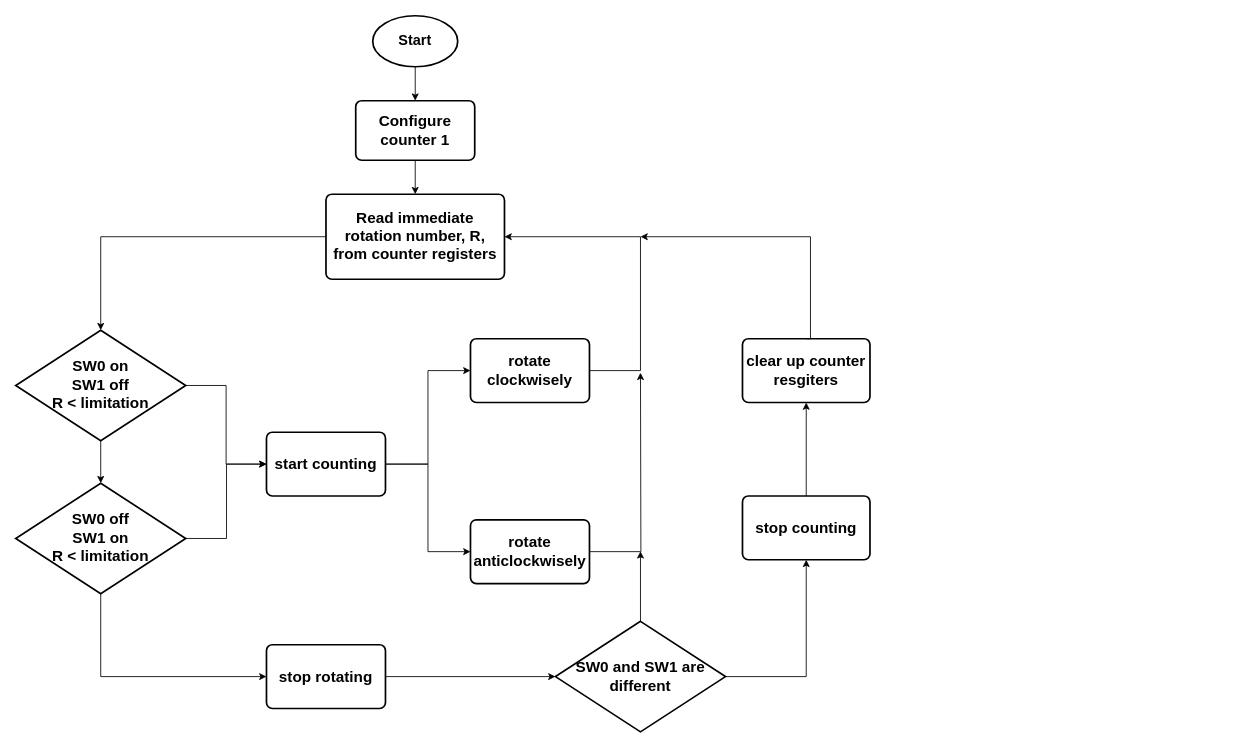
Above: page "task3" (3 of 3) of MEC302_flowcharts.drawio in 1102131860/MEC302 (draw.io), before the change. Source tidied: cells renumbered, new cells numbered last; positions are measured from the earlier drawing's top-left corner, leaving out a move shared by most shapes. Both pictures are drawn from the tidied source at 85%, with x=0, y=0 at pixel (15, 15).
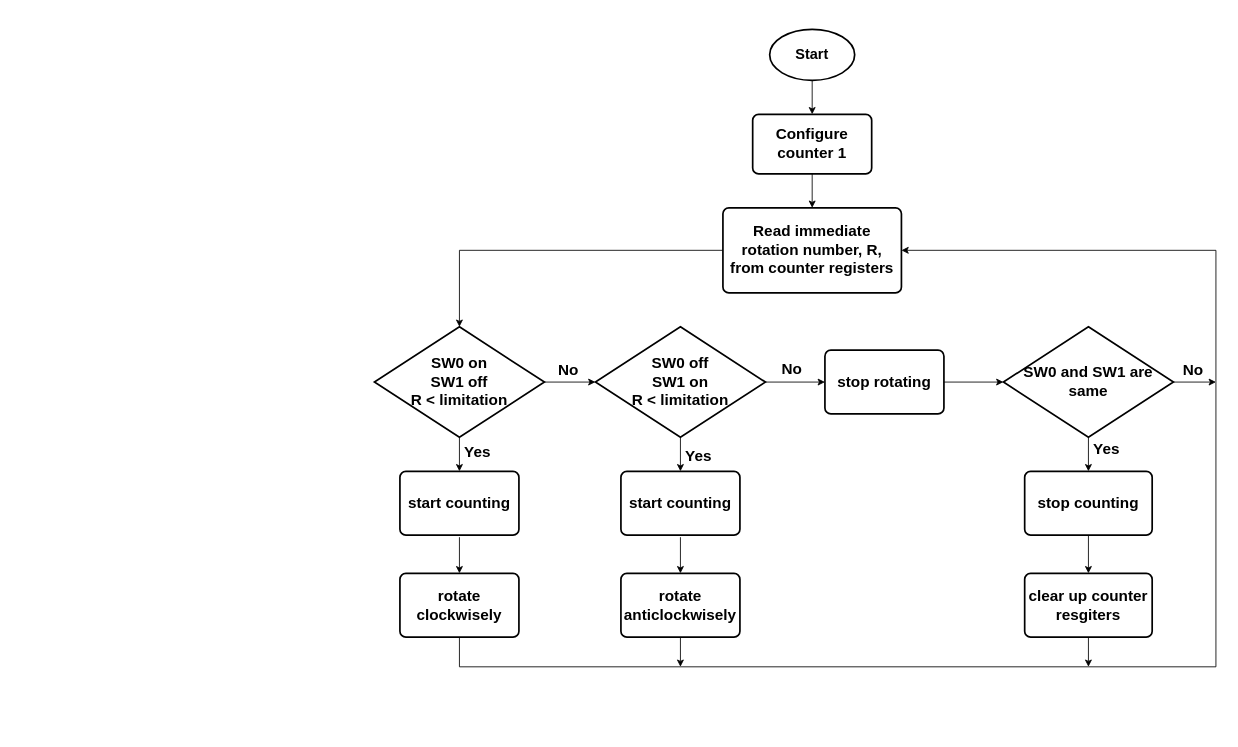
After the change.

What changed in the source:
```diff
@@
     <mxCell id="2" value="&lt;b&gt;&lt;font style=&quot;font-size: 18px;&quot;&gt;Read immediate rotation number, R, from counter registers&lt;/font&gt;&lt;/b&gt;" style="rounded=1;whiteSpace=wrap;html=1;absoluteArcSize=1;arcSize=14;strokeWidth=2;" parent="1" vertex="1">
-      <mxGeometry x="365" y="210" width="210" height="100" as="geometry" />
+      <mxGeometry x="832" y="226" width="210" height="100" as="geometry" />
     </mxCell>
     <mxCell id="3" value="&lt;div&gt;&lt;b&gt;&lt;font style=&quot;font-size: 18px;&quot;&gt;SW0 on&lt;/font&gt;&lt;/b&gt;&lt;b&gt;&lt;font style=&quot;font-size: 18px;&quot;&gt;&lt;br&gt;&lt;/font&gt;&lt;/b&gt;&lt;/div&gt;&lt;b&gt;&lt;font style=&quot;font-size: 18px;&quot;&gt;SW1 off&lt;/font&gt;&lt;/b&gt;&lt;div&gt;&lt;b&gt;&lt;font style=&quot;font-size: 18px;&quot;&gt;R &amp;lt; limitation&lt;/font&gt;&lt;/b&gt;&lt;/div&gt;" style="strokeWidth=2;html=1;shape=mxgraph.flowchart.decision;whiteSpace=wrap;" parent="1" vertex="1">
-      <mxGeometry y="370" width="200" height="130" as="geometry" />
+      <mxGeometry x="422" y="366" width="200" height="130" as="geometry" />
     </mxCell>
     <mxCell id="4" value="&lt;b&gt;&lt;font style=&quot;font-size: 18px;&quot;&gt;start counting&lt;/font&gt;&lt;/b&gt;" style="rounded=1;whiteSpace=wrap;html=1;absoluteArcSize=1;arcSize=14;strokeWidth=2;" parent="1" vertex="1">
-      <mxGeometry x="295" y="490" width="140" height="75" as="geometry" />
+      <mxGeometry x="712" y="536" width="140" height="75" as="geometry" />
     </mxCell>
     <mxCell id="5" value="&lt;b&gt;&lt;font style=&quot;font-size: 18px;&quot;&gt;SW0 off&lt;/font&gt;&lt;/b&gt;&lt;div&gt;&lt;b&gt;&lt;font style=&quot;font-size: 18px;&quot;&gt;SW1 on&lt;/font&gt;&lt;/b&gt;&lt;/div&gt;&lt;div&gt;&lt;b&gt;&lt;font style=&quot;font-size: 18px;&quot;&gt;R &amp;lt; limitation&lt;/font&gt;&lt;/b&gt;&lt;/div&gt;" style="strokeWidth=2;html=1;shape=mxgraph.flowchart.decision;whiteSpace=wrap;" parent="1" vertex="1">
-      <mxGeometry y="550" width="200" height="130" as="geometry" />
+      <mxGeometry x="682" y="366" width="200" height="130" as="geometry" />
     </mxCell>
     <mxCell id="6" value="&lt;b&gt;&lt;font style=&quot;font-size: 18px;&quot;&gt;rotate clockwisely&lt;/font&gt;&lt;/b&gt;" style="rounded=1;whiteSpace=wrap;html=1;absoluteArcSize=1;arcSize=14;strokeWidth=2;" parent="1" vertex="1">
-      <mxGeometry x="535" y="380" width="140" height="75" as="geometry" />
+      <mxGeometry x="452" y="656" width="140" height="75" as="geometry" />
     </mxCell>
     <mxCell id="7" value="&lt;b&gt;&lt;font style=&quot;font-size: 18px;&quot;&gt;rotate anticlockwisely&lt;/font&gt;&lt;/b&gt;" style="rounded=1;whiteSpace=wrap;html=1;absoluteArcSize=1;arcSize=14;strokeWidth=2;" parent="1" vertex="1">
-      <mxGeometry x="535" y="593" width="140" height="75" as="geometry" />
+      <mxGeometry x="712" y="656" width="140" height="75" as="geometry" />
     </mxCell>
     <mxCell id="8" value="&lt;span style=&quot;font-size: 18px;&quot;&gt;&lt;b&gt;stop rotating&lt;/b&gt;&lt;/span&gt;" style="rounded=1;whiteSpace=wrap;html=1;absoluteArcSize=1;arcSize=14;strokeWidth=2;" parent="1" vertex="1">
-      <mxGeometry x="295" y="740" width="140" height="75" as="geometry" />
+      <mxGeometry x="952" y="393.5" width="140" height="75" as="geometry" />
     </mxCell>
     <mxCell id="9" value="&lt;b style=&quot;font-size: 18px;&quot;&gt;stop counting&lt;/b&gt;" style="rounded=1;whiteSpace=wrap;html=1;absoluteArcSize=1;arcSize=14;strokeWidth=2;" parent="1" vertex="1">
-      <mxGeometry x="855" y="565" width="150" height="75" as="geometry" />
+      <mxGeometry x="1187" y="536" width="150" height="75" as="geometry" />
     </mxCell>
     <mxCell id="10" value="&lt;b style=&quot;font-size: 18px;&quot;&gt;clear up counter resgiters&lt;/b&gt;" style="rounded=1;whiteSpace=wrap;html=1;absoluteArcSize=1;arcSize=14;strokeWidth=2;" parent="1" vertex="1">
-      <mxGeometry x="855" y="380" width="150" height="75" as="geometry" />
+      <mxGeometry x="1187" y="656" width="150" height="75" as="geometry" />
     </mxCell>
-    <mxCell id="11" value="&lt;b&gt;&lt;font style=&quot;font-size: 18px;&quot;&gt;SW0 and&amp;nbsp;&lt;/font&gt;&lt;/b&gt;&lt;b style=&quot;background-color: initial;&quot;&gt;&lt;font style=&quot;font-size: 18px;&quot;&gt;SW1 are different&lt;/font&gt;&lt;/b&gt;" style="strokeWidth=2;html=1;shape=mxgraph.flowchart.decision;whiteSpace=wrap;" parent="1" vertex="1">
-      <mxGeometry x="635" y="712.5" width="200" height="130" as="geometry" />
+    <mxCell id="11" value="&lt;b&gt;&lt;font style=&quot;font-size: 18px;&quot;&gt;SW0 and&amp;nbsp;&lt;/font&gt;&lt;/b&gt;&lt;b style=&quot;background-color: initial;&quot;&gt;&lt;font style=&quot;font-size: 18px;&quot;&gt;SW1 are same&lt;/font&gt;&lt;/b&gt;" style="strokeWidth=2;html=1;shape=mxgraph.flowchart.decision;whiteSpace=wrap;" parent="1" vertex="1">
+      <mxGeometry x="1162" y="366" width="200" height="130" as="geometry" />
     </mxCell>
@@
-    <mxCell id="13" style="endArrow=classic;html=1;rounded=0;exitX=1;exitY=0.5;exitDx=0;exitDy=0;exitPerimeter=0;entryX=0;entryY=0.5;entryDx=0;entryDy=0;edgeStyle=orthogonalEdgeStyle;" parent="1" edge="1" source="3" target="4">
-      <mxGeometry relative="1" as="geometry" />
-    </mxCell>
-    <mxCell id="14" style="endArrow=classic;html=1;rounded=0;exitX=1;exitY=0.5;exitDx=0;exitDy=0;entryX=0;entryY=0.5;entryDx=0;entryDy=0;edgeStyle=orthogonalEdgeStyle;" parent="1" edge="1" source="4" target="6">
-      <mxGeometry relative="1" as="geometry" />
-    </mxCell>
-    <mxCell id="15" style="endArrow=classic;html=1;rounded=0;exitX=1;exitY=0.5;exitDx=0;exitDy=0;exitPerimeter=0;entryX=0;entryY=0.5;entryDx=0;entryDy=0;edgeStyle=elbowEdgeStyle;" parent="1" edge="1" source="5" target="4">
-      <mxGeometry relative="1" as="geometry" />
-    </mxCell>
-    <mxCell id="16" style="endArrow=classic;html=1;rounded=0;entryX=0;entryY=0.5;entryDx=0;entryDy=0;exitX=1;exitY=0.5;exitDx=0;exitDy=0;edgeStyle=orthogonalEdgeStyle;" parent="1" edge="1" source="4" target="7">
-      <mxGeometry relative="1" as="geometry" />
-    </mxCell>
-    <mxCell id="17" style="endArrow=classic;html=1;rounded=0;exitX=0.5;exitY=1;exitDx=0;exitDy=0;exitPerimeter=0;entryX=0;entryY=0.5;entryDx=0;entryDy=0;edgeStyle=orthogonalEdgeStyle;" parent="1" edge="1" source="5" target="8">
-      <mxGeometry relative="1" as="geometry" />
-    </mxCell>
-    <mxCell id="18" style="endArrow=classic;html=1;rounded=0;exitX=0.5;exitY=1;exitDx=0;exitDy=0;exitPerimeter=0;entryX=0.5;entryY=0;entryDx=0;entryDy=0;entryPerimeter=0;" parent="1" edge="1" source="3" target="5">
-      <mxGeometry relative="1" as="geometry" />
-    </mxCell>
-    <mxCell id="19" style="endArrow=classic;html=1;rounded=0;exitX=1;exitY=0.5;exitDx=0;exitDy=0;entryX=0;entryY=0.5;entryDx=0;entryDy=0;entryPerimeter=0;" parent="1" edge="1" source="8" target="11">
-      <mxGeometry relative="1" as="geometry" />
-    </mxCell>
-    <mxCell id="20" style="endArrow=classic;html=1;rounded=0;entryX=0.5;entryY=1;entryDx=0;entryDy=0;exitX=0.5;exitY=0;exitDx=0;exitDy=0;" parent="1" edge="1" source="9" target="10">
-      <mxGeometry relative="1" as="geometry" />
-    </mxCell>
-    <mxCell id="21" style="endArrow=classic;html=1;rounded=0;entryX=1;entryY=0.5;entryDx=0;entryDy=0;exitX=1;exitY=0.5;exitDx=0;exitDy=0;edgeStyle=orthogonalEdgeStyle;" parent="1" edge="1" source="6" target="2">
-      <mxGeometry relative="1" as="geometry">
-        <Array as="points">
-          <mxPoint x="735" y="418" />
-          <mxPoint x="735" y="260" />
-        </Array>
-      </mxGeometry>
-    </mxCell>
-    <mxCell id="22" style="endArrow=classic;html=1;rounded=0;exitX=1;exitY=0.5;exitDx=0;exitDy=0;edgeStyle=orthogonalEdgeStyle;elbow=vertical;" parent="1" edge="1" source="7">
-      <mxGeometry relative="1" as="geometry">
-        <mxPoint x="735" y="420" as="targetPoint" />
-      </mxGeometry>
-    </mxCell>
-    <mxCell id="23" style="endArrow=classic;html=1;rounded=0;exitX=0.5;exitY=0;exitDx=0;exitDy=0;exitPerimeter=0;" parent="1" edge="1" source="11">
-      <mxGeometry relative="1" as="geometry">
-        <mxPoint x="735" y="630" as="targetPoint" />
-      </mxGeometry>
-    </mxCell>
-    <mxCell id="24" style="endArrow=classic;html=1;rounded=0;exitX=0.5;exitY=0;exitDx=0;exitDy=0;edgeStyle=elbowEdgeStyle;" parent="1" edge="1" source="10">
-      <mxGeometry relative="1" as="geometry">
-        <mxPoint x="735" y="260" as="targetPoint" />
-        <Array as="points">
-          <mxPoint x="935" y="310" />
-        </Array>
-      </mxGeometry>
-    </mxCell>
-    <mxCell id="25" style="endArrow=classic;html=1;rounded=0;exitX=1;exitY=0.5;exitDx=0;exitDy=0;exitPerimeter=0;entryX=0.5;entryY=1;entryDx=0;entryDy=0;edgeStyle=orthogonalEdgeStyle;" parent="1" edge="1" source="11" target="9">
-      <mxGeometry relative="1" as="geometry" />
-    </mxCell>
     <mxCell id="26" value="&lt;b&gt;&lt;font style=&quot;font-size: 17px;&quot;&gt;Start&lt;/font&gt;&lt;/b&gt;" style="strokeWidth=2;html=1;shape=mxgraph.flowchart.start_1;whiteSpace=wrap;" parent="1" vertex="1">
-      <mxGeometry x="420" width="100" height="60" as="geometry" />
+      <mxGeometry x="887" y="16" width="100" height="60" as="geometry" />
     </mxCell>
     <mxCell id="27" value="&lt;b&gt;&lt;font style=&quot;font-size: 18px;&quot;&gt;Configure counter 1&lt;/font&gt;&lt;/b&gt;" style="rounded=1;whiteSpace=wrap;html=1;absoluteArcSize=1;arcSize=14;strokeWidth=2;" parent="1" vertex="1">
-      <mxGeometry x="400" y="100" width="140" height="70" as="geometry" />
+      <mxGeometry x="867" y="116" width="140" height="70" as="geometry" />
     </mxCell>
@@
+    <mxCell id="30" style="text;html=1;align=center;verticalAlign=middle;whiteSpace=wrap;rounded=0;" parent="1" vertex="1">
+      <mxGeometry x="537" y="486" width="60" height="30" as="geometry" />
+    </mxCell>
+    <mxCell id="31" value="&lt;b&gt;&lt;font style=&quot;font-size: 18px;&quot;&gt;start counting&lt;/font&gt;&lt;/b&gt;" style="rounded=1;whiteSpace=wrap;html=1;absoluteArcSize=1;arcSize=14;strokeWidth=2;" parent="1" vertex="1">
+      <mxGeometry x="452" y="536" width="140" height="75" as="geometry" />
+    </mxCell>
+    <mxCell id="18" style="endArrow=classic;html=1;rounded=0;exitX=1;exitY=0.5;exitDx=0;exitDy=0;exitPerimeter=0;entryX=0;entryY=0.5;entryDx=0;entryDy=0;entryPerimeter=0;" parent="1" edge="1" source="3" target="5">
+      <mxGeometry relative="1" as="geometry" />
+    </mxCell>
+    <mxCell id="32" value="&lt;b&gt;&lt;font style=&quot;font-size: 18px;&quot;&gt;No&lt;/font&gt;&lt;/b&gt;" style="edgeLabel;html=1;align=center;verticalAlign=middle;" parent="18" vertex="1">
+      <mxGeometry x="-0.1" y="-2" relative="1" as="geometry">
+        <mxPoint y="-17" as="offset" />
+      </mxGeometry>
+    </mxCell>
+    <mxCell id="17" style="endArrow=classic;html=1;rounded=0;exitX=1;exitY=0.5;exitDx=0;exitDy=0;exitPerimeter=0;entryX=0;entryY=0.5;entryDx=0;entryDy=0;" parent="1" edge="1" source="5" target="8">
+      <mxGeometry relative="1" as="geometry" />
+    </mxCell>
+    <mxCell id="33" value="&lt;b&gt;&lt;font style=&quot;font-size: 18px;&quot;&gt;No&lt;/font&gt;&lt;/b&gt;" style="edgeLabel;html=1;align=center;verticalAlign=middle;" parent="17" vertex="1">
+      <mxGeometry x="0.02" y="2" relative="1" as="geometry">
+        <mxPoint x="-6" y="-14" as="offset" />
+      </mxGeometry>
+    </mxCell>
+    <mxCell id="19" style="endArrow=classic;html=1;rounded=0;exitX=1;exitY=0.5;exitDx=0;exitDy=0;entryX=0;entryY=0.5;entryDx=0;entryDy=0;entryPerimeter=0;" parent="1" edge="1" source="8" target="11">
+      <mxGeometry relative="1" as="geometry" />
+    </mxCell>
+    <mxCell id="34" style="endArrow=classic;html=1;rounded=0;exitX=0.5;exitY=1;exitDx=0;exitDy=0;exitPerimeter=0;entryX=0.5;entryY=0;entryDx=0;entryDy=0;" parent="1" edge="1" source="3" target="31">
+      <mxGeometry relative="1" as="geometry" />
+    </mxCell>
+    <mxCell id="35" value="&lt;b&gt;&lt;font style=&quot;font-size: 18px;&quot;&gt;Yes&lt;/font&gt;&lt;/b&gt;" style="edgeLabel;html=1;align=center;verticalAlign=middle;" parent="34" vertex="1">
+      <mxGeometry x="-0.1" y="-1" relative="1" as="geometry">
+        <mxPoint x="21" y="-1" as="offset" />
+      </mxGeometry>
+    </mxCell>
+    <mxCell id="36" style="endArrow=classic;html=1;rounded=0;exitX=0.5;exitY=1;exitDx=0;exitDy=0;entryX=0.5;entryY=0;entryDx=0;entryDy=0;" parent="1" edge="1" target="6">
+      <mxGeometry relative="1" as="geometry">
+        <mxPoint x="522" y="613.5" as="sourcePoint" />
+      </mxGeometry>
+    </mxCell>
+    <mxCell id="15" style="endArrow=classic;html=1;rounded=0;exitX=0.5;exitY=1;exitDx=0;exitDy=0;exitPerimeter=0;entryX=0.5;entryY=0;entryDx=0;entryDy=0;" parent="1" edge="1" source="5" target="4">
+      <mxGeometry relative="1" as="geometry" />
+    </mxCell>
+    <mxCell id="37" value="&lt;b&gt;&lt;font style=&quot;font-size: 18px;&quot;&gt;Yes&lt;/font&gt;&lt;/b&gt;" style="edgeLabel;html=1;align=center;verticalAlign=middle;" parent="15" vertex="1">
+      <mxGeometry x="-0.27" y="-4" relative="1" as="geometry">
+        <mxPoint x="24" y="6" as="offset" />
+      </mxGeometry>
+    </mxCell>
+    <mxCell id="38" style="endArrow=classic;html=1;rounded=0;exitX=0.5;exitY=1;exitDx=0;exitDy=0;entryX=0.5;entryY=0;entryDx=0;entryDy=0;" parent="1" edge="1" target="7">
+      <mxGeometry relative="1" as="geometry">
+        <mxPoint x="782" y="613.5" as="sourcePoint" />
+      </mxGeometry>
+    </mxCell>
+    <mxCell id="21" style="endArrow=classic;html=1;rounded=0;exitX=0.5;exitY=1;exitDx=0;exitDy=0;entryX=1;entryY=0.5;entryDx=0;entryDy=0;edgeStyle=orthogonalEdgeStyle;" parent="1" edge="1" source="6" target="2">
+      <mxGeometry relative="1" as="geometry">
+        <Array as="points">
+          <mxPoint x="522" y="766" />
+          <mxPoint x="1412" y="766" />
+          <mxPoint x="1412" y="276" />
+        </Array>
+      </mxGeometry>
+    </mxCell>
+    <mxCell id="25" style="endArrow=classic;html=1;rounded=0;exitX=0.5;exitY=1;exitDx=0;exitDy=0;exitPerimeter=0;entryX=0.5;entryY=0;entryDx=0;entryDy=0;" parent="1" edge="1" source="11" target="9">
+      <mxGeometry relative="1" as="geometry" />
+    </mxCell>
+    <mxCell id="39" value="&lt;b&gt;&lt;font style=&quot;font-size: 18px;&quot;&gt;Yes&lt;/font&gt;&lt;/b&gt;" style="edgeLabel;html=1;align=center;verticalAlign=middle;" parent="25" vertex="1">
+      <mxGeometry x="-0.31" y="-1" relative="1" as="geometry">
+        <mxPoint x="21" y="-1" as="offset" />
+      </mxGeometry>
+    </mxCell>
+    <mxCell id="20" style="endArrow=classic;html=1;rounded=0;exitX=0.5;exitY=1;exitDx=0;exitDy=0;entryX=0.5;entryY=0;entryDx=0;entryDy=0;" parent="1" edge="1" source="9" target="10">
+      <mxGeometry relative="1" as="geometry" />
+    </mxCell>
+    <mxCell id="40" style="endArrow=classic;html=1;rounded=0;exitX=1;exitY=0.5;exitDx=0;exitDy=0;exitPerimeter=0;" parent="1" edge="1" source="11">
+      <mxGeometry relative="1" as="geometry">
+        <mxPoint x="1412" y="431" as="targetPoint" />
+      </mxGeometry>
+    </mxCell>
+    <mxCell id="41" value="&lt;b&gt;&lt;font style=&quot;font-size: 18px;&quot;&gt;No&lt;/font&gt;&lt;/b&gt;" style="edgeLabel;html=1;align=center;verticalAlign=middle;" parent="40" vertex="1">
+      <mxGeometry x="0.09" y="4" relative="1" as="geometry">
+        <mxPoint x="-5" y="-11" as="offset" />
+      </mxGeometry>
+    </mxCell>
+    <mxCell id="42" style="endArrow=classic;html=1;rounded=0;exitX=0.5;exitY=1;exitDx=0;exitDy=0;" parent="1" edge="1" source="10">
+      <mxGeometry relative="1" as="geometry">
+        <mxPoint x="1262" y="766" as="targetPoint" />
+      </mxGeometry>
+    </mxCell>
+    <mxCell id="43" style="endArrow=classic;html=1;rounded=0;exitX=0.5;exitY=1;exitDx=0;exitDy=0;" parent="1" edge="1" source="7">
+      <mxGeometry relative="1" as="geometry">
+        <mxPoint x="782" y="766" as="targetPoint" />
+      </mxGeometry>
+    </mxCell>
```
